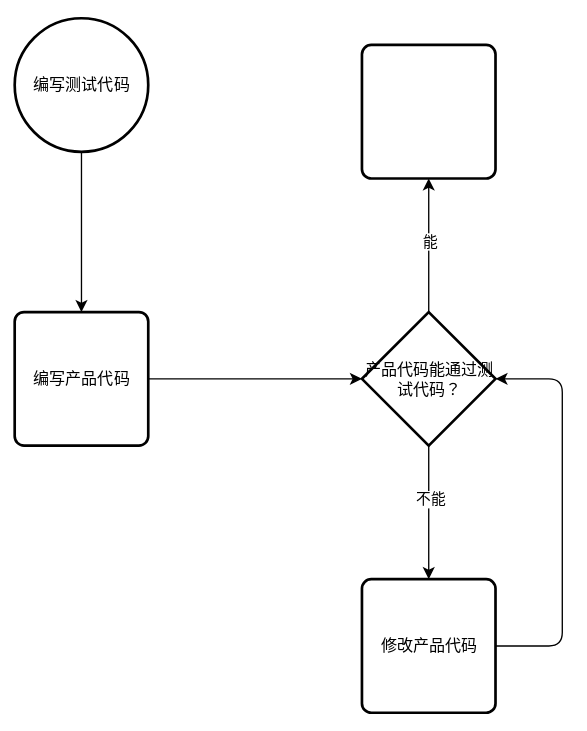
Above: 笔记/前端/工程化/质量/Untitled Diagram.svg in Echo-Yanglulu/obsidianPrivateNote (draw.io), before the change. Source tidied: cells renumbered, new cells last; positions are measured from the earlier drawing's top-left corner, leaving out a move shared by most shapes.
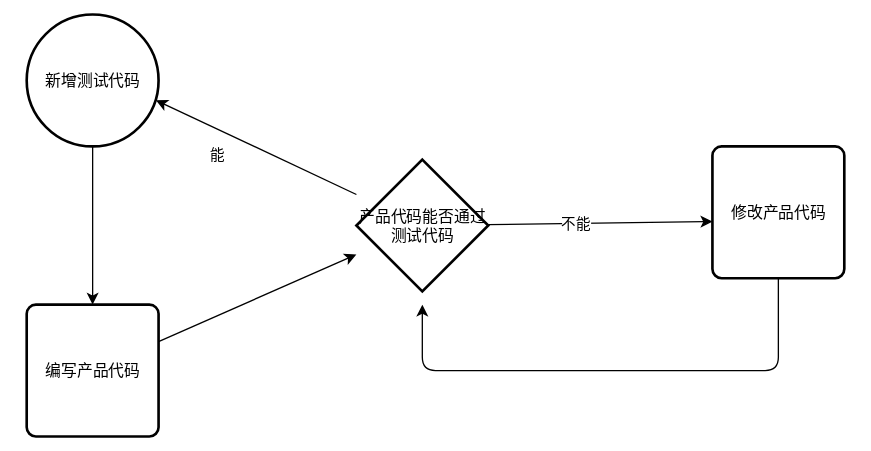
After the change.

Diff of the diagram source:
```diff
@@ -2,7 +2,7 @@
   <root>
     <mxCell id="0" />
     <mxCell id="1" parent="0" />
-    <mxCell id="2" style="edgeStyle=none;html=1;entryX=0.5;entryY=1;entryDx=0;entryDy=0;" parent="1" edge="1" source="6" target="11">
+    <mxCell id="2" style="edgeStyle=none;html=1;entryX=0.98;entryY=0.65;entryDx=0;entryDy=0;entryPerimeter=0;" parent="1" edge="1" source="6" target="10">
       <mxGeometry relative="1" as="geometry" />
     </mxCell>
     <mxCell id="3" value="能" style="edgeLabel;html=1;align=center;verticalAlign=middle;" parent="2" vertex="1">
@@ -10,14 +10,14 @@
         <mxPoint x="3" y="17" as="offset" />
       </mxGeometry>
     </mxCell>
-    <mxCell id="4" style="edgeStyle=none;html=1;entryX=0.5;entryY=0;entryDx=0;entryDy=0;" parent="1" edge="1" source="6" target="13">
+    <mxCell id="4" style="edgeStyle=none;html=1;entryX=0;entryY=0.57;entryDx=0;entryDy=0;entryPerimeter=0;" parent="1" edge="1" source="6" target="13">
       <mxGeometry relative="1" as="geometry" />
     </mxCell>
     <mxCell id="5" value="不能" style="edgeLabel;html=1;align=center;verticalAlign=middle;" parent="4" vertex="1">
       <mxGeometry x="-0.22" relative="1" as="geometry" />
     </mxCell>
-    <mxCell id="6" value="产品代码能通过测试代码？" style="strokeWidth=2;html=1;shape=mxgraph.flowchart.decision;whiteSpace=wrap;" parent="1" vertex="1">
-      <mxGeometry x="260" y="220" width="100" height="100" as="geometry" />
+    <mxCell id="6" value="产品代码能否通过测试代码" style="strokeWidth=2;html=1;shape=mxgraph.flowchart.decision;whiteSpace=wrap;" parent="1" vertex="1">
+      <mxGeometry x="250" y="110" width="100" height="100" as="geometry" />
     </mxCell>
     <mxCell id="7" style="edgeStyle=none;html=1;" parent="1" edge="1" source="10" target="9">
       <mxGeometry relative="1" as="geometry" />
@@ -28,22 +28,20 @@
     <mxCell id="9" value="编写产品代码" style="rounded=1;whiteSpace=wrap;html=1;absoluteArcSize=1;arcSize=14;strokeWidth=2;" parent="1" vertex="1">
       <mxGeometry y="220" width="100" height="100" as="geometry" />
     </mxCell>
-    <mxCell id="10" value="&lt;span&gt;编写测试代码&lt;/span&gt;" style="strokeWidth=2;html=1;shape=mxgraph.flowchart.start_2;whiteSpace=wrap;" parent="1" vertex="1">
+    <mxCell id="10" value="&lt;span&gt;新增测试代码&lt;/span&gt;" style="strokeWidth=2;html=1;shape=mxgraph.flowchart.start_2;whiteSpace=wrap;" parent="1" vertex="1">
       <mxGeometry width="100" height="100" as="geometry" />
     </mxCell>
-    <mxCell id="11" style="rounded=1;whiteSpace=wrap;html=1;absoluteArcSize=1;arcSize=14;strokeWidth=2;" parent="1" vertex="1">
-      <mxGeometry x="260" y="20" width="100" height="100" as="geometry" />
-    </mxCell>
-    <mxCell id="12" style="edgeStyle=orthogonalEdgeStyle;html=1;entryX=1;entryY=0.5;entryDx=0;entryDy=0;entryPerimeter=0;" parent="1" edge="1" source="13" target="6">
+    <mxCell id="12" style="edgeStyle=orthogonalEdgeStyle;html=1;" parent="1" edge="1" source="13">
       <mxGeometry relative="1" as="geometry">
+        <mxPoint x="300" y="220" as="targetPoint" />
         <Array as="points">
-          <mxPoint x="410" y="470" />
-          <mxPoint x="410" y="270" />
+          <mxPoint x="570" y="270" />
+          <mxPoint x="300" y="270" />
         </Array>
       </mxGeometry>
     </mxCell>
     <mxCell id="13" value="修改产品代码" style="rounded=1;whiteSpace=wrap;html=1;absoluteArcSize=1;arcSize=14;strokeWidth=2;" parent="1" vertex="1">
-      <mxGeometry x="260" y="420" width="100" height="100" as="geometry" />
+      <mxGeometry x="520" y="100" width="100" height="100" as="geometry" />
     </mxCell>
   </root>
 </mxGraphModel>
```
